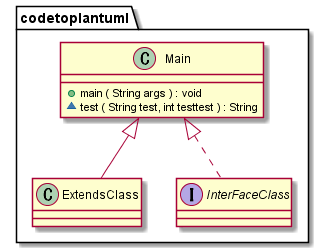
The PlantUML diagram out/output/codetoplantuml.png in NaaOs/JavaToPlantUML, before a commit.
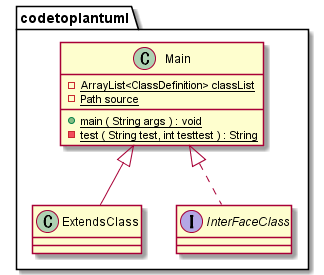
After the change.

Commit message:
画像の出力

Change to the diagram source:
```diff
@@ -1,10 +1,10 @@
 @startuml codetoplantuml
-
-
-package codetoplantuml{
+package codetoplantuml {
 class Main {
-+ main ( String args ) : void
-~ test ( String test, int testtest ) : String
+{static}- ArrayList<ClassDefinition> classList
+{static}- Path source
+{static} + main ( String args ) : void
+{static} - test ( String test, int testtest ) : String
 }
 class ExtendsClass {
 }
```
